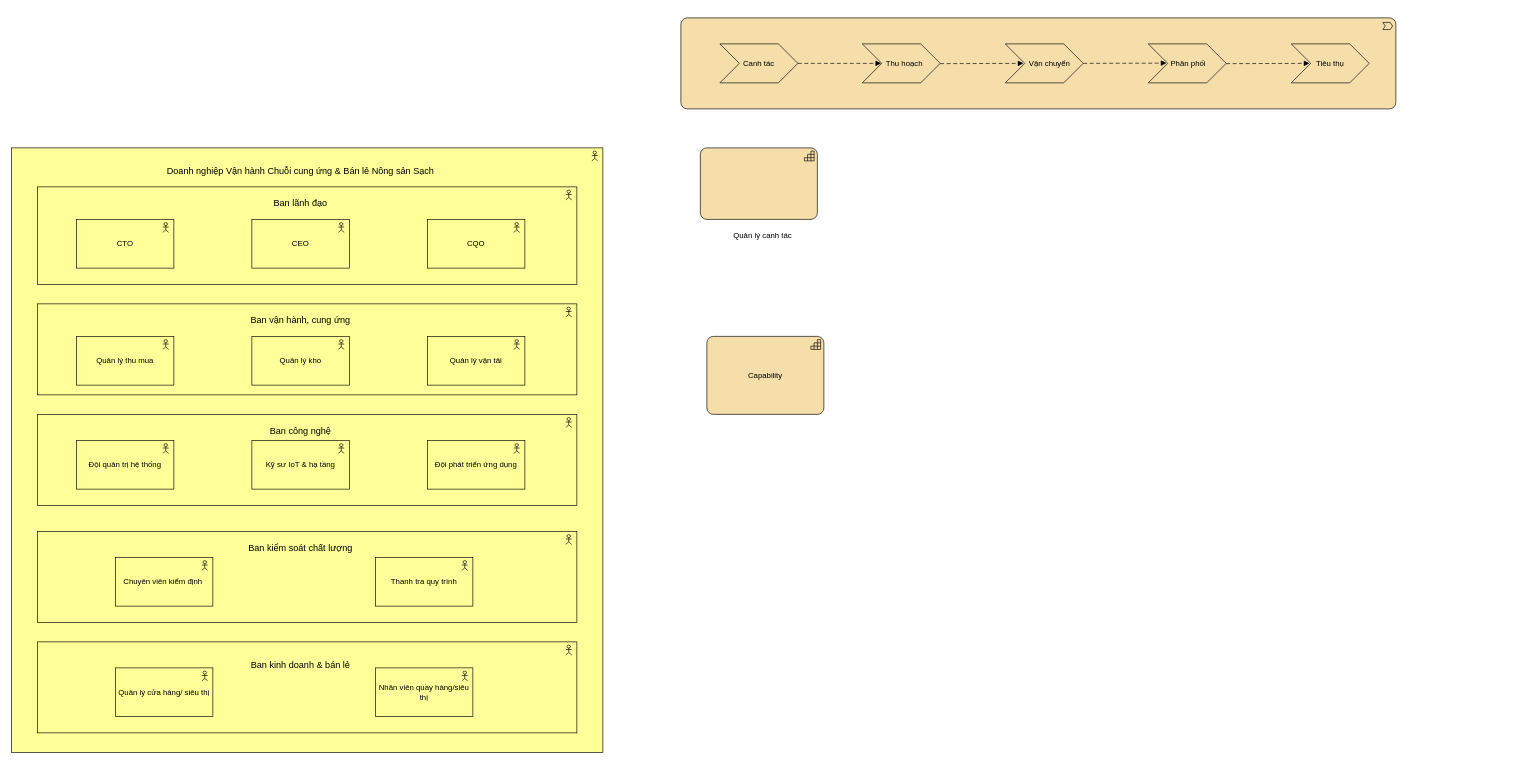
The draw.io diagram Archimate.drawio in nmchien111/Archimate1, before the edit. Source tidied: cells renumbered, new cells numbered last; positions are measured from the earlier drawing's top-left corner, leaving out a move shared by most shapes. Both pictures are drawn from the tidied source at 65%, with x=0, y=0 at pixel (11, 18).
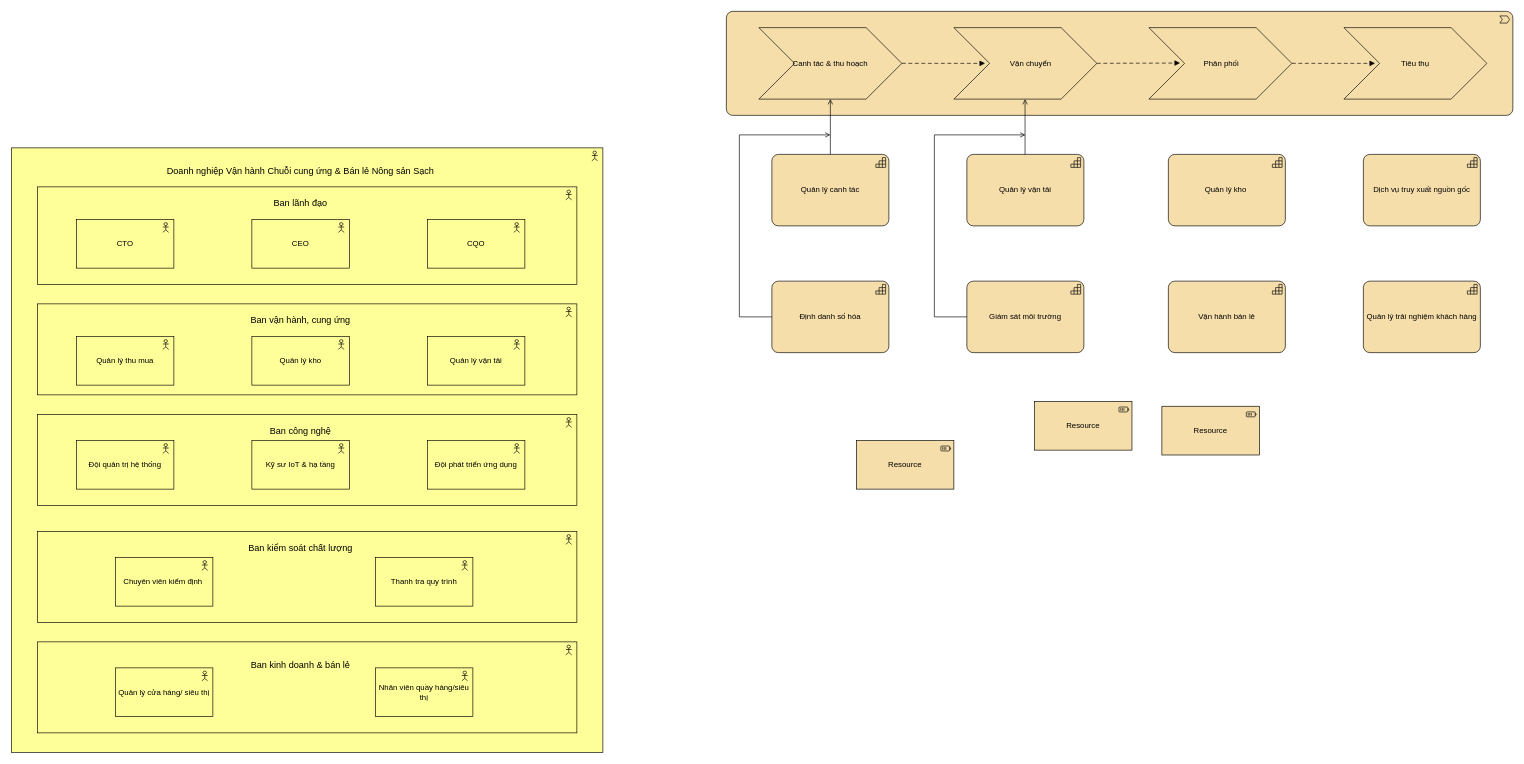
After the change.

Commit message:
Cập nhật Archimate.drawio

Diff of the diagram source:
```diff
@@
-    <mxCell id="27" style="html=1;outlineConnect=0;whiteSpace=wrap;fillColor=#F5DEAA;shape=mxgraph.archimate3.application;appType=capability;archiType=rounded;" parent="1" vertex="1">
-      <mxGeometry x="1060" y="200" width="180" height="110" as="geometry" />
+    <mxCell id="27" value="Quản lý canh tác" style="html=1;outlineConnect=0;whiteSpace=wrap;fillColor=#F5DEAA;shape=mxgraph.archimate3.application;appType=capability;archiType=rounded;" parent="1" vertex="1">
+      <mxGeometry x="1170" y="210" width="180" height="110" as="geometry" />
     </mxCell>
-    <mxCell id="28" value="Capability" style="html=1;outlineConnect=0;whiteSpace=wrap;fillColor=#F5DEAA;shape=mxgraph.archimate3.application;appType=capability;archiType=rounded;" parent="1" vertex="1">
-      <mxGeometry x="1070" y="490" width="180" height="120" as="geometry" />
+    <mxCell id="28" value="Định danh số hóa" style="html=1;outlineConnect=0;whiteSpace=wrap;fillColor=#F5DEAA;shape=mxgraph.archimate3.application;appType=capability;archiType=rounded;" parent="1" vertex="1">
+      <mxGeometry x="1170" y="405" width="180" height="110" as="geometry" />
     </mxCell>
-    <mxCell id="29" value="Quản lý canh tác" style="text;html=1;whiteSpace=wrap;strokeColor=none;fillColor=none;align=center;verticalAlign=middle;rounded=0;" parent="1" vertex="1">
-      <mxGeometry x="1101" y="320" width="110" height="30" as="geometry" />
-    </mxCell>
     <mxCell id="30" style="html=1;whiteSpace=wrap;fillColor=#F5DEAA;shape=mxgraph.archimate3.application;appType=valueStream;archiType=rounded;" parent="1" vertex="1">
-      <mxGeometry x="1030" width="1100" height="140" as="geometry" />
+      <mxGeometry x="1100" y="-10" width="1210" height="160" as="geometry" />
     </mxCell>
-    <mxCell id="31" value="Canh tác" style="html=1;outlineConnect=0;whiteSpace=wrap;fillColor=#F5DEAA;shape=mxgraph.archimate3.valueStream;" parent="1" vertex="1">
-      <mxGeometry x="1090" y="40" width="120" height="60" as="geometry" />
+    <mxCell id="31" value="Canh tác &amp;amp; thu hoạch" style="html=1;outlineConnect=0;whiteSpace=wrap;fillColor=#F5DEAA;shape=mxgraph.archimate3.valueStream;" parent="1" vertex="1">
+      <mxGeometry x="1150" y="15" width="220" height="110" as="geometry" />
     </mxCell>
-    <mxCell id="32" value="&amp;nbsp; &amp;nbsp;Thu hoạch" style="html=1;whiteSpace=wrap;fillColor=#F5DEAA;shape=mxgraph.archimate3.valueStream;" parent="1" vertex="1">
-      <mxGeometry x="1309" y="40" width="120" height="60" as="geometry" />
-    </mxCell>
     <mxCell id="33" value="&amp;nbsp; &amp;nbsp; &amp;nbsp;Vận chuyển" style="html=1;whiteSpace=wrap;fillColor=#F5DEAA;shape=mxgraph.archimate3.valueStream;" parent="1" vertex="1">
-      <mxGeometry x="1529" y="40" width="120" height="60" as="geometry" />
+      <mxGeometry x="1450" y="15" width="220" height="110" as="geometry" />
     </mxCell>
     <mxCell id="34" value="&amp;nbsp;Phân phối" style="html=1;whiteSpace=wrap;fillColor=#F5DEAA;shape=mxgraph.archimate3.valueStream;" parent="1" vertex="1">
-      <mxGeometry x="1749" y="40" width="120" height="60" as="geometry" />
+      <mxGeometry x="1750" y="15" width="220" height="110" as="geometry" />
     </mxCell>
     <mxCell id="35" value="Tiêu thụ" style="html=1;whiteSpace=wrap;fillColor=#F5DEAA;shape=mxgraph.archimate3.valueStream;" parent="1" vertex="1">
-      <mxGeometry x="1969" y="40" width="120" height="60" as="geometry" />
+      <mxGeometry x="2050" y="15" width="220" height="110" as="geometry" />
     </mxCell>
-    <mxCell id="36" style="edgeStyle=elbowEdgeStyle;html=1;endArrow=block;dashed=1;elbow=vertical;endFill=1;dashPattern=6 4;rounded=0;entryX=0;entryY=0.5;entryDx=0;entryDy=0;entryPerimeter=0;exitX=1;exitY=0.5;exitDx=0;exitDy=0;exitPerimeter=0;" parent="1" edge="1" source="31">
-      <mxGeometry relative="1" as="geometry">
-        <mxPoint x="1338" y="69.6" as="targetPoint" />
-      </mxGeometry>
-    </mxCell>
     <mxCell id="37" style="edgeStyle=elbowEdgeStyle;html=1;endArrow=block;dashed=1;elbow=vertical;endFill=1;dashPattern=6 4;rounded=0;entryX=0;entryY=0.5;entryDx=0;entryDy=0;entryPerimeter=0;exitX=1;exitY=0.5;exitDx=0;exitDy=0;exitPerimeter=0;" parent="1" edge="1">
       <mxGeometry relative="1" as="geometry">
-        <mxPoint x="1429" y="70.4" as="sourcePoint" />
-        <mxPoint x="1557" y="70" as="targetPoint" />
+        <mxPoint x="1370" y="69.9" as="sourcePoint" />
+        <mxPoint x="1498" y="69.5" as="targetPoint" />
       </mxGeometry>
     </mxCell>
     <mxCell id="38" style="edgeStyle=elbowEdgeStyle;html=1;endArrow=block;dashed=1;elbow=vertical;endFill=1;dashPattern=6 4;rounded=0;entryX=0;entryY=0.5;entryDx=0;entryDy=0;entryPerimeter=0;exitX=1;exitY=0.5;exitDx=0;exitDy=0;exitPerimeter=0;" parent="1" edge="1">
       <mxGeometry relative="1" as="geometry">
-        <mxPoint x="1649" y="70" as="sourcePoint" />
-        <mxPoint x="1777" y="69.6" as="targetPoint" />
+        <mxPoint x="1670" y="69.9" as="sourcePoint" />
+        <mxPoint x="1798" y="69.5" as="targetPoint" />
         <Array as="points">
-          <mxPoint x="1709" y="69.6" />
+          <mxPoint x="1730" y="69.5" />
         </Array>
       </mxGeometry>
     </mxCell>
     <mxCell id="39" style="edgeStyle=elbowEdgeStyle;html=1;endArrow=block;dashed=1;elbow=vertical;endFill=1;dashPattern=6 4;rounded=0;entryX=0;entryY=0.5;entryDx=0;entryDy=0;entryPerimeter=0;exitX=1;exitY=0.5;exitDx=0;exitDy=0;exitPerimeter=0;" parent="1" edge="1">
       <mxGeometry relative="1" as="geometry">
-        <mxPoint x="1869" y="70.4" as="sourcePoint" />
-        <mxPoint x="1997" y="70" as="targetPoint" />
+        <mxPoint x="1970" y="69.9" as="sourcePoint" />
+        <mxPoint x="2098" y="69.5" as="targetPoint" />
       </mxGeometry>
     </mxCell>
+    <mxCell id="40" value="Quản lý vận tải" style="html=1;whiteSpace=wrap;fillColor=#F5DEAA;shape=mxgraph.archimate3.application;appType=capability;archiType=rounded;" parent="1" vertex="1">
+      <mxGeometry x="1470" y="210" width="180" height="110" as="geometry" />
+    </mxCell>
+    <mxCell id="41" value="Giám sát môi trường" style="html=1;whiteSpace=wrap;fillColor=#F5DEAA;shape=mxgraph.archimate3.application;appType=capability;archiType=rounded;" parent="1" vertex="1">
+      <mxGeometry x="1470" y="405" width="180" height="110" as="geometry" />
+    </mxCell>
+    <mxCell id="42" value="Quản lý kho&amp;nbsp;" style="html=1;whiteSpace=wrap;fillColor=#F5DEAA;shape=mxgraph.archimate3.application;appType=capability;archiType=rounded;" parent="1" vertex="1">
+      <mxGeometry x="1780" y="210" width="180" height="110" as="geometry" />
+    </mxCell>
+    <mxCell id="43" value="Vận hành bán lẻ" style="html=1;whiteSpace=wrap;fillColor=#F5DEAA;shape=mxgraph.archimate3.application;appType=capability;archiType=rounded;" parent="1" vertex="1">
+      <mxGeometry x="1780" y="405" width="180" height="110" as="geometry" />
+    </mxCell>
+    <mxCell id="44" value="Dịch vụ truy xuất nguồn gốc" style="html=1;whiteSpace=wrap;fillColor=#F5DEAA;shape=mxgraph.archimate3.application;appType=capability;archiType=rounded;" parent="1" vertex="1">
+      <mxGeometry x="2080" y="210" width="180" height="110" as="geometry" />
+    </mxCell>
+    <mxCell id="45" value="Quản lý trải nghiệm khách hàng" style="html=1;whiteSpace=wrap;fillColor=#F5DEAA;shape=mxgraph.archimate3.application;appType=capability;archiType=rounded;" parent="1" vertex="1">
+      <mxGeometry x="2080" y="405" width="180" height="110" as="geometry" />
+    </mxCell>
+    <mxCell id="46" style="edgeStyle=elbowEdgeStyle;html=1;endArrow=open;elbow=vertical;endFill=1;rounded=0;" parent="1" edge="1" source="27" target="31">
+      <mxGeometry relative="1" as="geometry" />
+    </mxCell>
+    <mxCell id="47" style="edgeStyle=orthogonalEdgeStyle;html=1;endArrow=open;endFill=1;rounded=0;exitX=0;exitY=0.5;exitDx=0;exitDy=0;exitPerimeter=0;" parent="1" edge="1" source="28">
+      <mxGeometry relative="1" as="geometry">
+        <mxPoint x="1260" y="180" as="targetPoint" />
+        <Array as="points">
+          <mxPoint x="1120" y="460" />
+          <mxPoint x="1120" y="180" />
+        </Array>
+      </mxGeometry>
+    </mxCell>
+    <mxCell id="48" style="edgeStyle=elbowEdgeStyle;html=1;endArrow=open;elbow=vertical;endFill=1;rounded=0;" parent="1" edge="1">
+      <mxGeometry relative="1" as="geometry">
+        <mxPoint x="1559.5" y="210" as="sourcePoint" />
+        <mxPoint x="1559.5" y="125" as="targetPoint" />
+      </mxGeometry>
+    </mxCell>
+    <mxCell id="49" style="edgeStyle=orthogonalEdgeStyle;html=1;endArrow=open;endFill=1;rounded=0;exitX=0;exitY=0.5;exitDx=0;exitDy=0;exitPerimeter=0;" parent="1" edge="1">
+      <mxGeometry relative="1" as="geometry">
+        <mxPoint x="1470" y="460" as="sourcePoint" />
+        <mxPoint x="1560" y="180" as="targetPoint" />
+        <Array as="points">
+          <mxPoint x="1420" y="460" />
+          <mxPoint x="1420" y="180" />
+        </Array>
+      </mxGeometry>
+    </mxCell>
+    <mxCell id="50" value="Resource" style="html=1;whiteSpace=wrap;fillColor=#F5DEAA;shape=mxgraph.archimate3.application;appType=resource;archiType=square;" parent="1" vertex="1">
+      <mxGeometry x="1574" y="590" width="150" height="75" as="geometry" />
+    </mxCell>
+    <mxCell id="51" value="Resource" style="html=1;whiteSpace=wrap;fillColor=#F5DEAA;shape=mxgraph.archimate3.application;appType=resource;archiType=square;" parent="1" vertex="1">
+      <mxGeometry x="1770" y="597.5" width="150" height="75" as="geometry" />
+    </mxCell>
+    <mxCell id="52" value="Resource" style="html=1;whiteSpace=wrap;fillColor=#F5DEAA;shape=mxgraph.archimate3.application;appType=resource;archiType=square;" parent="1" vertex="1">
+      <mxGeometry x="1300" y="650" width="150" height="75" as="geometry" />
+    </mxCell>
```
